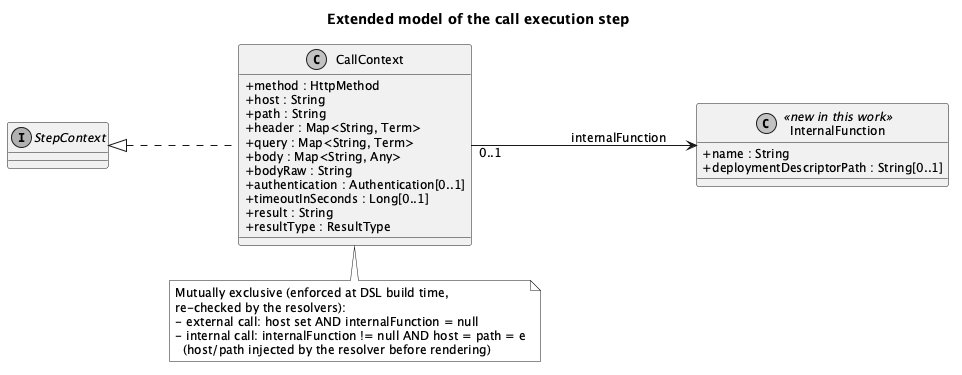
Before: dissertation/images/dsl-extension/call-step-model.png, a diagram exported from PlantUML (EngenheiroPedroCarvalho/ISEL-Thesis-2526).
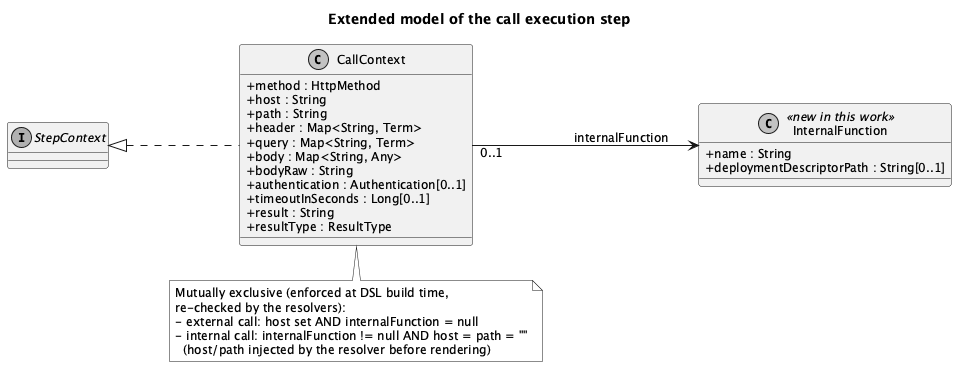
The same diagram one commit later.

What changed in the source:
```diff
@@ -34,7 +34,7 @@
   Mutually exclusive (enforced at DSL build time,
   re-checked by the resolvers):
   - external call: host set AND internalFunction = null
-  - internal call: internalFunction != null AND host = path = e
+  - internal call: internalFunction != null AND host = path = ""
     (host/path injected by the resolver before rendering)
 end note
 @enduml
```
